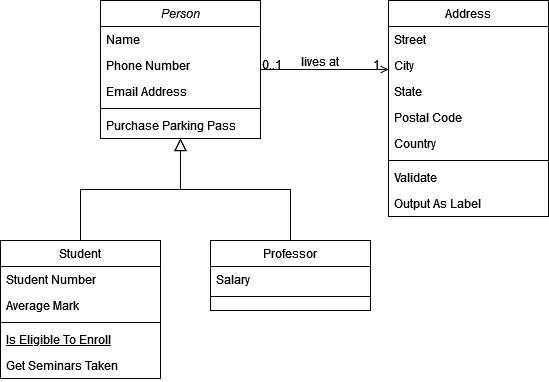
This is diag_classe_plugin.png from leonielrx/ProjetInfo_DoGeo, a draw.io export, as it was before one commit. Source tidied: cells renumbered, new cells last; positions are measured from the earlier drawing's top-left corner, leaving out a move shared by most shapes. Source of this version:
```xml
<mxGraphModel>
  <root>
    <mxCell id="0" />
    <mxCell id="1" parent="0" />
    <mxCell id="2" value="Person" style="swimlane;fontStyle=2;align=center;verticalAlign=top;horizontal=1;startSize=26;rounded=0;shadow=0;strokeWidth=1;" parent="1" vertex="1">
      <mxGeometry x="100" width="160" height="138" as="geometry" />
    </mxCell>
    <mxCell id="3" value="Name" style="text;align=left;verticalAlign=top;spacingLeft=4;spacingRight=4;overflow=hidden;" parent="2" vertex="1">
      <mxGeometry y="26" width="160" height="26" as="geometry" />
    </mxCell>
    <mxCell id="4" value="Phone Number" style="text;align=left;verticalAlign=top;spacingLeft=4;spacingRight=4;overflow=hidden;rounded=0;shadow=0;html=0;" parent="2" vertex="1">
      <mxGeometry y="52" width="160" height="26" as="geometry" />
    </mxCell>
    <mxCell id="5" value="Email Address" style="text;align=left;verticalAlign=top;spacingLeft=4;spacingRight=4;overflow=hidden;rounded=0;shadow=0;html=0;" parent="2" vertex="1">
      <mxGeometry y="78" width="160" height="26" as="geometry" />
    </mxCell>
    <mxCell id="6" style="line;html=1;strokeWidth=1;align=left;verticalAlign=middle;spacingTop=-1;spacingLeft=3;spacingRight=3;labelPosition=right;" parent="2" vertex="1">
      <mxGeometry y="104" width="160" height="8" as="geometry" />
    </mxCell>
    <mxCell id="7" value="Purchase Parking Pass" style="text;align=left;verticalAlign=top;spacingLeft=4;spacingRight=4;overflow=hidden;" parent="2" vertex="1">
      <mxGeometry y="112" width="160" height="26" as="geometry" />
    </mxCell>
    <mxCell id="8" value="Student" style="swimlane;fontStyle=0;align=center;verticalAlign=top;horizontal=1;startSize=26;rounded=0;shadow=0;strokeWidth=1;" parent="1" vertex="1">
      <mxGeometry y="240" width="160" height="138" as="geometry" />
    </mxCell>
    <mxCell id="9" value="Student Number" style="text;align=left;verticalAlign=top;spacingLeft=4;spacingRight=4;overflow=hidden;" parent="8" vertex="1">
      <mxGeometry y="26" width="160" height="26" as="geometry" />
    </mxCell>
    <mxCell id="10" value="Average Mark" style="text;align=left;verticalAlign=top;spacingLeft=4;spacingRight=4;overflow=hidden;rounded=0;shadow=0;html=0;" parent="8" vertex="1">
      <mxGeometry y="52" width="160" height="26" as="geometry" />
    </mxCell>
    <mxCell id="11" style="line;html=1;strokeWidth=1;align=left;verticalAlign=middle;spacingTop=-1;spacingLeft=3;spacingRight=3;labelPosition=right;" parent="8" vertex="1">
      <mxGeometry y="78" width="160" height="8" as="geometry" />
    </mxCell>
    <mxCell id="12" value="Is Eligible To Enroll" style="text;align=left;verticalAlign=top;spacingLeft=4;spacingRight=4;overflow=hidden;fontStyle=4;" parent="8" vertex="1">
      <mxGeometry y="86" width="160" height="26" as="geometry" />
    </mxCell>
    <mxCell id="13" value="Get Seminars Taken" style="text;align=left;verticalAlign=top;spacingLeft=4;spacingRight=4;overflow=hidden;" parent="8" vertex="1">
      <mxGeometry y="112" width="160" height="26" as="geometry" />
    </mxCell>
    <mxCell id="14" style="endArrow=block;endSize=10;endFill=0;shadow=0;strokeWidth=1;rounded=0;curved=0;edgeStyle=elbowEdgeStyle;elbow=vertical;" parent="1" edge="1" source="8" target="2">
      <mxGeometry relative="1" as="geometry" />
    </mxCell>
    <mxCell id="15" value="Professor" style="swimlane;fontStyle=0;align=center;verticalAlign=top;horizontal=1;startSize=26;rounded=0;shadow=0;strokeWidth=1;" parent="1" vertex="1">
      <mxGeometry x="210" y="240" width="160" height="70" as="geometry" />
    </mxCell>
    <mxCell id="16" value="Salary" style="text;align=left;verticalAlign=top;spacingLeft=4;spacingRight=4;overflow=hidden;" parent="15" vertex="1">
      <mxGeometry y="26" width="160" height="26" as="geometry" />
    </mxCell>
    <mxCell id="17" style="line;html=1;strokeWidth=1;align=left;verticalAlign=middle;spacingTop=-1;spacingLeft=3;spacingRight=3;labelPosition=right;" parent="15" vertex="1">
      <mxGeometry y="52" width="160" height="8" as="geometry" />
    </mxCell>
    <mxCell id="18" style="endArrow=block;endSize=10;endFill=0;shadow=0;strokeWidth=1;rounded=0;curved=0;edgeStyle=elbowEdgeStyle;elbow=vertical;" parent="1" edge="1" source="15" target="2">
      <mxGeometry relative="1" as="geometry" />
    </mxCell>
    <mxCell id="19" value="Address" style="swimlane;fontStyle=0;align=center;verticalAlign=top;horizontal=1;startSize=26;rounded=0;shadow=0;strokeWidth=1;" parent="1" vertex="1">
      <mxGeometry x="388" width="160" height="216" as="geometry" />
    </mxCell>
    <mxCell id="20" value="Street" style="text;align=left;verticalAlign=top;spacingLeft=4;spacingRight=4;overflow=hidden;" parent="19" vertex="1">
      <mxGeometry y="26" width="160" height="26" as="geometry" />
    </mxCell>
    <mxCell id="21" value="City" style="text;align=left;verticalAlign=top;spacingLeft=4;spacingRight=4;overflow=hidden;rounded=0;shadow=0;html=0;" parent="19" vertex="1">
      <mxGeometry y="52" width="160" height="26" as="geometry" />
    </mxCell>
    <mxCell id="22" value="State" style="text;align=left;verticalAlign=top;spacingLeft=4;spacingRight=4;overflow=hidden;rounded=0;shadow=0;html=0;" parent="19" vertex="1">
      <mxGeometry y="78" width="160" height="26" as="geometry" />
    </mxCell>
    <mxCell id="23" value="Postal Code" style="text;align=left;verticalAlign=top;spacingLeft=4;spacingRight=4;overflow=hidden;rounded=0;shadow=0;html=0;" parent="19" vertex="1">
      <mxGeometry y="104" width="160" height="26" as="geometry" />
    </mxCell>
    <mxCell id="24" value="Country" style="text;align=left;verticalAlign=top;spacingLeft=4;spacingRight=4;overflow=hidden;rounded=0;shadow=0;html=0;" parent="19" vertex="1">
      <mxGeometry y="130" width="160" height="26" as="geometry" />
    </mxCell>
    <mxCell id="25" style="line;html=1;strokeWidth=1;align=left;verticalAlign=middle;spacingTop=-1;spacingLeft=3;spacingRight=3;labelPosition=right;" parent="19" vertex="1">
      <mxGeometry y="156" width="160" height="8" as="geometry" />
    </mxCell>
    <mxCell id="26" value="Validate" style="text;align=left;verticalAlign=top;spacingLeft=4;spacingRight=4;overflow=hidden;" parent="19" vertex="1">
      <mxGeometry y="164" width="160" height="26" as="geometry" />
    </mxCell>
    <mxCell id="27" value="Output As Label" style="text;align=left;verticalAlign=top;spacingLeft=4;spacingRight=4;overflow=hidden;" parent="19" vertex="1">
      <mxGeometry y="190" width="160" height="26" as="geometry" />
    </mxCell>
    <mxCell id="28" style="endArrow=open;shadow=0;strokeWidth=1;rounded=0;curved=0;endFill=1;edgeStyle=elbowEdgeStyle;elbow=vertical;" parent="1" edge="1" source="2" target="19">
      <mxGeometry x="0.5" y="41" relative="1" as="geometry">
        <mxPoint x="-40" y="32" as="offset" />
      </mxGeometry>
    </mxCell>
    <mxCell id="29" value="0..1" style="align=left;verticalAlign=bottom;labelBackgroundColor=none;fontSize=12;" parent="28" vertex="1">
      <mxGeometry x="-1" relative="1" as="geometry">
        <mxPoint y="4" as="offset" />
      </mxGeometry>
    </mxCell>
    <mxCell id="30" value="1" style="align=right;verticalAlign=bottom;labelBackgroundColor=none;fontSize=12;" parent="28" vertex="1">
      <mxGeometry x="1" relative="1" as="geometry">
        <mxPoint x="-7" y="4" as="offset" />
      </mxGeometry>
    </mxCell>
    <mxCell id="31" value="lives at" style="text;html=1;align=center;verticalAlign=middle;labelBackgroundColor=none;rounded=0;shadow=0;strokeWidth=1;fontSize=12;" parent="28" vertex="1">
      <mxGeometry x="0.5" y="49" relative="1" as="geometry">
        <mxPoint x="-38" y="40" as="offset" />
      </mxGeometry>
    </mxCell>
  </root>
</mxGraphModel>
```
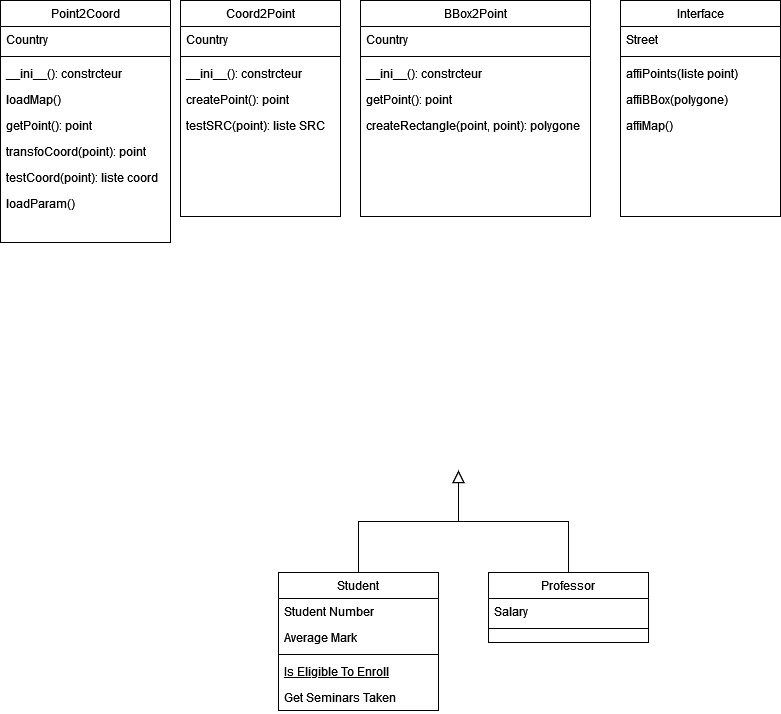
Above is the later version.

Commit message:
Mettre à jour diag_classe_plugin.png

What changed in the source:
```diff
@@ -2,24 +2,6 @@
   <root>
     <mxCell id="0" />
     <mxCell id="1" parent="0" />
-    <mxCell id="2" value="Person" style="swimlane;fontStyle=2;align=center;verticalAlign=top;horizontal=1;startSize=26;rounded=0;shadow=0;strokeWidth=1;" parent="1" vertex="1">
-      <mxGeometry x="100" width="160" height="138" as="geometry" />
-    </mxCell>
-    <mxCell id="3" value="Name" style="text;align=left;verticalAlign=top;spacingLeft=4;spacingRight=4;overflow=hidden;" parent="2" vertex="1">
-      <mxGeometry y="26" width="160" height="26" as="geometry" />
-    </mxCell>
-    <mxCell id="4" value="Phone Number" style="text;align=left;verticalAlign=top;spacingLeft=4;spacingRight=4;overflow=hidden;rounded=0;shadow=0;html=0;" parent="2" vertex="1">
-      <mxGeometry y="52" width="160" height="26" as="geometry" />
-    </mxCell>
-    <mxCell id="5" value="Email Address" style="text;align=left;verticalAlign=top;spacingLeft=4;spacingRight=4;overflow=hidden;rounded=0;shadow=0;html=0;" parent="2" vertex="1">
-      <mxGeometry y="78" width="160" height="26" as="geometry" />
-    </mxCell>
-    <mxCell id="6" style="line;html=1;strokeWidth=1;align=left;verticalAlign=middle;spacingTop=-1;spacingLeft=3;spacingRight=3;labelPosition=right;" parent="2" vertex="1">
-      <mxGeometry y="104" width="160" height="8" as="geometry" />
-    </mxCell>
-    <mxCell id="7" value="Purchase Parking Pass" style="text;align=left;verticalAlign=top;spacingLeft=4;spacingRight=4;overflow=hidden;" parent="2" vertex="1">
-      <mxGeometry y="112" width="160" height="26" as="geometry" />
-    </mxCell>
     <mxCell id="8" value="Student" style="swimlane;fontStyle=0;align=center;verticalAlign=top;horizontal=1;startSize=26;rounded=0;shadow=0;strokeWidth=1;" parent="1" vertex="1">
       <mxGeometry y="240" width="160" height="138" as="geometry" />
     </mxCell>
@@ -38,8 +20,10 @@
     <mxCell id="13" value="Get Seminars Taken" style="text;align=left;verticalAlign=top;spacingLeft=4;spacingRight=4;overflow=hidden;" parent="8" vertex="1">
       <mxGeometry y="112" width="160" height="26" as="geometry" />
     </mxCell>
-    <mxCell id="14" style="endArrow=block;endSize=10;endFill=0;shadow=0;strokeWidth=1;rounded=0;curved=0;edgeStyle=elbowEdgeStyle;elbow=vertical;" parent="1" edge="1" source="8" target="2">
-      <mxGeometry relative="1" as="geometry" />
+    <mxCell id="14" style="endArrow=block;endSize=10;endFill=0;shadow=0;strokeWidth=1;rounded=0;curved=0;edgeStyle=elbowEdgeStyle;elbow=vertical;" parent="1" edge="1" source="8">
+      <mxGeometry relative="1" as="geometry">
+        <mxPoint x="180" y="138" as="targetPoint" />
+      </mxGeometry>
     </mxCell>
     <mxCell id="15" value="Professor" style="swimlane;fontStyle=0;align=center;verticalAlign=top;horizontal=1;startSize=26;rounded=0;shadow=0;strokeWidth=1;" parent="1" vertex="1">
       <mxGeometry x="210" y="240" width="160" height="70" as="geometry" />
@@ -50,55 +34,91 @@
     <mxCell id="17" style="line;html=1;strokeWidth=1;align=left;verticalAlign=middle;spacingTop=-1;spacingLeft=3;spacingRight=3;labelPosition=right;" parent="15" vertex="1">
       <mxGeometry y="52" width="160" height="8" as="geometry" />
     </mxCell>
-    <mxCell id="18" style="endArrow=block;endSize=10;endFill=0;shadow=0;strokeWidth=1;rounded=0;curved=0;edgeStyle=elbowEdgeStyle;elbow=vertical;" parent="1" edge="1" source="15" target="2">
-      <mxGeometry relative="1" as="geometry" />
+    <mxCell id="18" style="endArrow=block;endSize=10;endFill=0;shadow=0;strokeWidth=1;rounded=0;curved=0;edgeStyle=elbowEdgeStyle;elbow=vertical;" parent="1" edge="1" source="15">
+      <mxGeometry relative="1" as="geometry">
+        <mxPoint x="180" y="138" as="targetPoint" />
+      </mxGeometry>
     </mxCell>
-    <mxCell id="19" value="Address" style="swimlane;fontStyle=0;align=center;verticalAlign=top;horizontal=1;startSize=26;rounded=0;shadow=0;strokeWidth=1;" parent="1" vertex="1">
-      <mxGeometry x="388" width="160" height="216" as="geometry" />
+    <mxCell id="19" value="Point2Coord" style="swimlane;fontStyle=0;align=center;verticalAlign=top;horizontal=1;startSize=26;rounded=0;shadow=0;strokeWidth=1;" parent="1" vertex="1">
+      <mxGeometry x="-278" y="-332" width="170" height="242" as="geometry" />
     </mxCell>
-    <mxCell id="20" value="Street" style="text;align=left;verticalAlign=top;spacingLeft=4;spacingRight=4;overflow=hidden;" parent="19" vertex="1">
-      <mxGeometry y="26" width="160" height="26" as="geometry" />
-    </mxCell>
-    <mxCell id="21" value="City" style="text;align=left;verticalAlign=top;spacingLeft=4;spacingRight=4;overflow=hidden;rounded=0;shadow=0;html=0;" parent="19" vertex="1">
-      <mxGeometry y="52" width="160" height="26" as="geometry" />
-    </mxCell>
-    <mxCell id="22" value="State" style="text;align=left;verticalAlign=top;spacingLeft=4;spacingRight=4;overflow=hidden;rounded=0;shadow=0;html=0;" parent="19" vertex="1">
-      <mxGeometry y="78" width="160" height="26" as="geometry" />
-    </mxCell>
-    <mxCell id="23" value="Postal Code" style="text;align=left;verticalAlign=top;spacingLeft=4;spacingRight=4;overflow=hidden;rounded=0;shadow=0;html=0;" parent="19" vertex="1">
-      <mxGeometry y="104" width="160" height="26" as="geometry" />
-    </mxCell>
     <mxCell id="24" value="Country" style="text;align=left;verticalAlign=top;spacingLeft=4;spacingRight=4;overflow=hidden;rounded=0;shadow=0;html=0;" parent="19" vertex="1">
-      <mxGeometry y="130" width="160" height="26" as="geometry" />
+      <mxGeometry y="26" width="170" height="26" as="geometry" />
     </mxCell>
     <mxCell id="25" style="line;html=1;strokeWidth=1;align=left;verticalAlign=middle;spacingTop=-1;spacingLeft=3;spacingRight=3;labelPosition=right;" parent="19" vertex="1">
-      <mxGeometry y="156" width="160" height="8" as="geometry" />
+      <mxGeometry y="52" width="170" height="8" as="geometry" />
     </mxCell>
-    <mxCell id="26" value="Validate" style="text;align=left;verticalAlign=top;spacingLeft=4;spacingRight=4;overflow=hidden;" parent="19" vertex="1">
-      <mxGeometry y="164" width="160" height="26" as="geometry" />
+    <mxCell id="26" value="__ini__(): constrcteur" style="text;align=left;verticalAlign=top;spacingLeft=4;spacingRight=4;overflow=hidden;" parent="19" vertex="1">
+      <mxGeometry y="60" width="170" height="26" as="geometry" />
     </mxCell>
-    <mxCell id="27" value="Output As Label" style="text;align=left;verticalAlign=top;spacingLeft=4;spacingRight=4;overflow=hidden;" parent="19" vertex="1">
-      <mxGeometry y="190" width="160" height="26" as="geometry" />
+    <mxCell id="27" value="loadMap()" style="text;align=left;verticalAlign=top;spacingLeft=4;spacingRight=4;overflow=hidden;" parent="19" vertex="1">
+      <mxGeometry y="86" width="170" height="26" as="geometry" />
     </mxCell>
-    <mxCell id="28" style="endArrow=open;shadow=0;strokeWidth=1;rounded=0;curved=0;endFill=1;edgeStyle=elbowEdgeStyle;elbow=vertical;" parent="1" edge="1" source="2" target="19">
-      <mxGeometry x="0.5" y="41" relative="1" as="geometry">
-        <mxPoint x="-40" y="32" as="offset" />
-      </mxGeometry>
-    </mxCell>
-    <mxCell id="29" value="0..1" style="align=left;verticalAlign=bottom;labelBackgroundColor=none;fontSize=12;" parent="28" vertex="1">
-      <mxGeometry x="-1" relative="1" as="geometry">
-        <mxPoint y="4" as="offset" />
-      </mxGeometry>
-    </mxCell>
-    <mxCell id="30" value="1" style="align=right;verticalAlign=bottom;labelBackgroundColor=none;fontSize=12;" parent="28" vertex="1">
-      <mxGeometry x="1" relative="1" as="geometry">
-        <mxPoint x="-7" y="4" as="offset" />
-      </mxGeometry>
-    </mxCell>
-    <mxCell id="31" value="lives at" style="text;html=1;align=center;verticalAlign=middle;labelBackgroundColor=none;rounded=0;shadow=0;strokeWidth=1;fontSize=12;" parent="28" vertex="1">
-      <mxGeometry x="0.5" y="49" relative="1" as="geometry">
-        <mxPoint x="-38" y="40" as="offset" />
-      </mxGeometry>
-    </mxCell>
+    <mxCell id="32" value="getPoint(): point" style="text;align=left;verticalAlign=top;spacingLeft=4;spacingRight=4;overflow=hidden;" parent="19" vertex="1">
+      <mxGeometry y="112" width="170" height="26" as="geometry" />
+    </mxCell>
+    <mxCell id="33" value="transfoCoord(point): point" style="text;align=left;verticalAlign=top;spacingLeft=4;spacingRight=4;overflow=hidden;" parent="19" vertex="1">
+      <mxGeometry y="138" width="170" height="26" as="geometry" />
+    </mxCell>
+    <mxCell id="34" value="testCoord(point): liste coord" style="text;align=left;verticalAlign=top;spacingLeft=4;spacingRight=4;overflow=hidden;" parent="19" vertex="1">
+      <mxGeometry y="164" width="170" height="26" as="geometry" />
+    </mxCell>
+    <mxCell id="35" value="loadParam()" style="text;align=left;verticalAlign=top;spacingLeft=4;spacingRight=4;overflow=hidden;" parent="19" vertex="1">
+      <mxGeometry y="190" width="170" height="26" as="geometry" />
+    </mxCell>
+    <mxCell id="36" value="Coord2Point" style="swimlane;fontStyle=0;align=center;verticalAlign=top;horizontal=1;startSize=26;rounded=0;shadow=0;strokeWidth=1;" parent="1" vertex="1">
+      <mxGeometry x="-98" y="-332" width="160" height="216" as="geometry" />
+    </mxCell>
+    <mxCell id="37" value="Country" style="text;align=left;verticalAlign=top;spacingLeft=4;spacingRight=4;overflow=hidden;rounded=0;shadow=0;html=0;" parent="36" vertex="1">
+      <mxGeometry y="26" width="160" height="26" as="geometry" />
+    </mxCell>
+    <mxCell id="38" style="line;html=1;strokeWidth=1;align=left;verticalAlign=middle;spacingTop=-1;spacingLeft=3;spacingRight=3;labelPosition=right;" parent="36" vertex="1">
+      <mxGeometry y="52" width="160" height="8" as="geometry" />
+    </mxCell>
+    <mxCell id="39" value="__ini__(): constrcteur" style="text;align=left;verticalAlign=top;spacingLeft=4;spacingRight=4;overflow=hidden;" parent="36" vertex="1">
+      <mxGeometry y="60" width="160" height="26" as="geometry" />
+    </mxCell>
+    <mxCell id="40" value="createPoint(): point" style="text;align=left;verticalAlign=top;spacingLeft=4;spacingRight=4;overflow=hidden;" parent="36" vertex="1">
+      <mxGeometry y="86" width="160" height="26" as="geometry" />
+    </mxCell>
+    <mxCell id="41" value="testSRC(point): liste SRC" style="text;align=left;verticalAlign=top;spacingLeft=4;spacingRight=4;overflow=hidden;" parent="36" vertex="1">
+      <mxGeometry y="112" width="160" height="26" as="geometry" />
+    </mxCell>
+    <mxCell id="42" value="BBox2Point" style="swimlane;fontStyle=0;align=center;verticalAlign=top;horizontal=1;startSize=26;rounded=0;shadow=0;strokeWidth=1;" parent="1" vertex="1">
+      <mxGeometry x="82" y="-332" width="230" height="216" as="geometry" />
+    </mxCell>
+    <mxCell id="43" value="Country" style="text;align=left;verticalAlign=top;spacingLeft=4;spacingRight=4;overflow=hidden;rounded=0;shadow=0;html=0;" parent="42" vertex="1">
+      <mxGeometry y="26" width="230" height="26" as="geometry" />
+    </mxCell>
+    <mxCell id="44" style="line;html=1;strokeWidth=1;align=left;verticalAlign=middle;spacingTop=-1;spacingLeft=3;spacingRight=3;labelPosition=right;" parent="42" vertex="1">
+      <mxGeometry y="52" width="230" height="8" as="geometry" />
+    </mxCell>
+    <mxCell id="45" value="__ini__(): constrcteur" style="text;align=left;verticalAlign=top;spacingLeft=4;spacingRight=4;overflow=hidden;" parent="42" vertex="1">
+      <mxGeometry y="60" width="230" height="26" as="geometry" />
+    </mxCell>
+    <mxCell id="46" value="getPoint(): point" style="text;align=left;verticalAlign=top;spacingLeft=4;spacingRight=4;overflow=hidden;" parent="42" vertex="1">
+      <mxGeometry y="86" width="230" height="26" as="geometry" />
+    </mxCell>
+    <mxCell id="47" value="createRectangle(point, point): polygone" style="text;align=left;verticalAlign=top;spacingLeft=4;spacingRight=4;overflow=hidden;" parent="42" vertex="1">
+      <mxGeometry y="112" width="230" height="26" as="geometry" />
+    </mxCell>
+    <mxCell id="48" value="Interface" style="swimlane;fontStyle=0;align=center;verticalAlign=top;horizontal=1;startSize=26;rounded=0;shadow=0;strokeWidth=1;" parent="1" vertex="1">
+      <mxGeometry x="342" y="-332" width="160" height="216" as="geometry" />
+    </mxCell>
+    <mxCell id="20" value="Street" style="text;align=left;verticalAlign=top;spacingLeft=4;spacingRight=4;overflow=hidden;" parent="48" vertex="1">
+      <mxGeometry y="26" width="160" height="26" as="geometry" />
+    </mxCell>
+    <mxCell id="49" style="line;html=1;strokeWidth=1;align=left;verticalAlign=middle;spacingTop=-1;spacingLeft=3;spacingRight=3;labelPosition=right;" parent="48" vertex="1">
+      <mxGeometry y="52" width="160" height="8" as="geometry" />
+    </mxCell>
+    <mxCell id="50" value="affiPoints(liste point)" style="text;align=left;verticalAlign=top;spacingLeft=4;spacingRight=4;overflow=hidden;" parent="48" vertex="1">
+      <mxGeometry y="60" width="160" height="26" as="geometry" />
+    </mxCell>
+    <mxCell id="51" value="affiBBox(polygone)" style="text;align=left;verticalAlign=top;spacingLeft=4;spacingRight=4;overflow=hidden;" parent="48" vertex="1">
+      <mxGeometry y="86" width="160" height="26" as="geometry" />
+    </mxCell>
+    <mxCell id="52" value="affiMap()" style="text;align=left;verticalAlign=top;spacingLeft=4;spacingRight=4;overflow=hidden;" parent="48" vertex="1">
+      <mxGeometry y="112" width="160" height="26" as="geometry" />
+    </mxCell>
   </root>
 </mxGraphModel>
```
